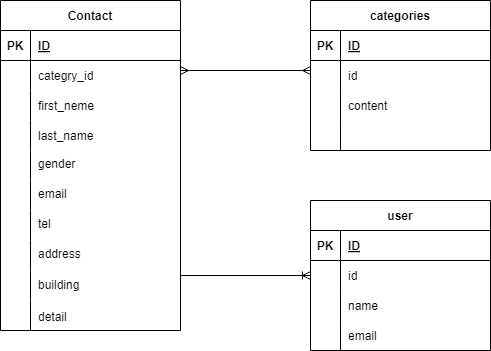
Earlier version of the draw.io export ER.drawio.png (yuusukejinba/jinba-kadai). Source tidied: cells renumbered, new cells last; positions are measured from the earlier drawing's top-left corner, leaving out a move shared by most shapes.
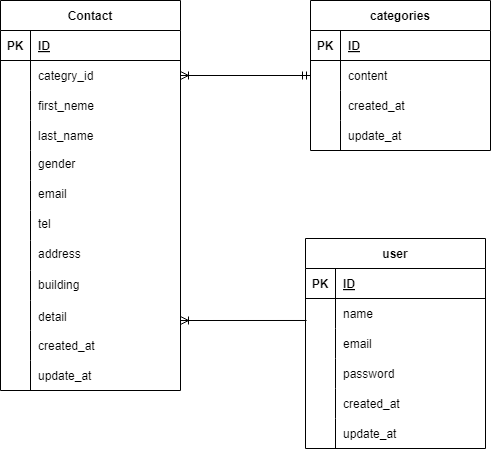
Above is the later version.

The edit, as a diff of the source:
```diff
@@ -3,7 +3,7 @@
     <mxCell id="0" />
     <mxCell id="1" parent="0" />
     <mxCell id="2" value="Contact" style="shape=table;startSize=30;rowLines=0;fontStyle=1;align=center;" parent="1" vertex="1">
-      <mxGeometry width="180" height="330" as="geometry" />
+      <mxGeometry width="180" height="390" as="geometry" />
     </mxCell>
     <mxCell id="3" style="shape=tableRow;horizontal=0;startSize=0;swimlaneHead=0;swimlaneBody=0;fillColor=none;top=0;left=0;right=0;bottom=1;" parent="2" vertex="1">
       <mxGeometry y="30" width="180" height="30" as="geometry" />
@@ -95,6 +95,24 @@
     <mxCell id="32" style="shape=partialRectangle;fillColor=none;top=0;left=0;bottom=0;right=0;align=left;spacingLeft=6;overflow=hidden;" parent="30" vertex="1">
       <mxGeometry x="30" width="150" height="30" as="geometry" />
     </mxCell>
+    <mxCell id="67" style="shape=tableRow;horizontal=0;startSize=0;swimlaneHead=0;swimlaneBody=0;fillColor=none;top=0;left=0;right=0;bottom=0;" parent="2" vertex="1">
+      <mxGeometry y="330" width="180" height="30" as="geometry" />
+    </mxCell>
+    <mxCell id="68" style="shape=partialRectangle;fillColor=none;top=0;left=0;bottom=0;right=0;overflow=hidden;" parent="67" vertex="1">
+      <mxGeometry width="30" height="30" as="geometry" />
+    </mxCell>
+    <mxCell id="69" value="created_at" style="shape=partialRectangle;fillColor=none;top=0;left=0;bottom=0;right=0;align=left;spacingLeft=6;overflow=hidden;" parent="67" vertex="1">
+      <mxGeometry x="30" width="150" height="30" as="geometry" />
+    </mxCell>
+    <mxCell id="70" style="shape=tableRow;horizontal=0;startSize=0;swimlaneHead=0;swimlaneBody=0;fillColor=none;top=0;left=0;right=0;bottom=0;" parent="2" vertex="1">
+      <mxGeometry y="360" width="180" height="30" as="geometry" />
+    </mxCell>
+    <mxCell id="71" style="shape=partialRectangle;fillColor=none;top=0;left=0;bottom=0;right=0;overflow=hidden;" parent="70" vertex="1">
+      <mxGeometry width="30" height="30" as="geometry" />
+    </mxCell>
+    <mxCell id="72" value="update_at" style="shape=partialRectangle;fillColor=none;top=0;left=0;bottom=0;right=0;align=left;spacingLeft=6;overflow=hidden;" parent="70" vertex="1">
+      <mxGeometry x="30" width="150" height="30" as="geometry" />
+    </mxCell>
     <mxCell id="33" value="categories" style="shape=table;startSize=30;rowLines=0;fontStyle=1;align=center;" parent="1" vertex="1">
       <mxGeometry x="310" width="180" height="150" as="geometry" />
     </mxCell>
@@ -107,17 +125,8 @@
     <mxCell id="36" value="ID" style="shape=partialRectangle;fillColor=none;top=0;left=0;bottom=0;right=0;align=left;spacingLeft=6;fontStyle=5;overflow=hidden;" parent="34" vertex="1">
       <mxGeometry x="30" width="150" height="30" as="geometry" />
     </mxCell>
-    <mxCell id="37" style="shape=tableRow;horizontal=0;startSize=0;swimlaneHead=0;swimlaneBody=0;fillColor=none;top=0;left=0;right=0;bottom=0;" parent="33" vertex="1">
-      <mxGeometry y="60" width="180" height="30" as="geometry" />
-    </mxCell>
-    <mxCell id="38" style="shape=partialRectangle;fillColor=none;top=0;left=0;bottom=0;right=0;overflow=hidden;" parent="37" vertex="1">
-      <mxGeometry width="30" height="30" as="geometry" />
-    </mxCell>
-    <mxCell id="39" value="id" style="shape=partialRectangle;fillColor=none;top=0;left=0;bottom=0;right=0;align=left;spacingLeft=6;overflow=hidden;" parent="37" vertex="1">
-      <mxGeometry x="30" width="150" height="30" as="geometry" />
-    </mxCell>
     <mxCell id="40" style="shape=tableRow;horizontal=0;startSize=0;swimlaneHead=0;swimlaneBody=0;fillColor=none;points=[[0,0.5],[1,0.5]];portConstraint=eastwest;top=0;left=0;right=0;bottom=0;" parent="33" vertex="1">
-      <mxGeometry y="90" width="180" height="30" as="geometry" />
+      <mxGeometry y="60" width="180" height="30" as="geometry" />
     </mxCell>
     <mxCell id="41" style="shape=partialRectangle;fillColor=none;top=0;left=0;bottom=0;right=0;overflow=hidden;" parent="40" vertex="1">
       <mxGeometry width="30" height="30" as="geometry" />
@@ -126,16 +135,25 @@
       <mxGeometry x="30" width="150" height="30" as="geometry" />
     </mxCell>
     <mxCell id="43" style="shape=tableRow;horizontal=0;startSize=0;swimlaneHead=0;swimlaneBody=0;fillColor=none;top=0;left=0;right=0;bottom=0;" parent="33" vertex="1">
-      <mxGeometry y="120" width="180" height="30" as="geometry" />
+      <mxGeometry y="90" width="180" height="30" as="geometry" />
     </mxCell>
     <mxCell id="44" style="shape=partialRectangle;fillColor=none;top=0;left=0;bottom=0;right=0;overflow=hidden;" parent="43" vertex="1">
       <mxGeometry width="30" height="30" as="geometry" />
     </mxCell>
-    <mxCell id="45" style="shape=partialRectangle;fillColor=none;top=0;left=0;bottom=0;right=0;align=left;spacingLeft=6;overflow=hidden;" parent="43" vertex="1">
+    <mxCell id="45" value="created_at" style="shape=partialRectangle;fillColor=none;top=0;left=0;bottom=0;right=0;align=left;spacingLeft=6;overflow=hidden;" parent="43" vertex="1">
       <mxGeometry x="30" width="150" height="30" as="geometry" />
     </mxCell>
+    <mxCell id="73" style="shape=tableRow;horizontal=0;startSize=0;swimlaneHead=0;swimlaneBody=0;fillColor=none;top=0;left=0;right=0;bottom=0;" parent="33" vertex="1">
+      <mxGeometry y="120" width="180" height="30" as="geometry" />
+    </mxCell>
+    <mxCell id="74" style="shape=partialRectangle;fillColor=none;top=0;left=0;bottom=0;right=0;overflow=hidden;" parent="73" vertex="1">
+      <mxGeometry width="30" height="30" as="geometry" />
+    </mxCell>
+    <mxCell id="75" value="update_at" style="shape=partialRectangle;fillColor=none;top=0;left=0;bottom=0;right=0;align=left;spacingLeft=6;overflow=hidden;" parent="73" vertex="1">
+      <mxGeometry x="30" width="150" height="30" as="geometry" />
+    </mxCell>
     <mxCell id="46" value="user" style="shape=table;startSize=30;rowLines=0;fontStyle=1;align=center;" parent="1" vertex="1">
-      <mxGeometry x="310" y="200" width="180" height="150" as="geometry" />
+      <mxGeometry x="305" y="238" width="180" height="210" as="geometry" />
     </mxCell>
     <mxCell id="47" style="shape=tableRow;horizontal=0;startSize=0;swimlaneHead=0;swimlaneBody=0;fillColor=none;top=0;left=0;right=0;bottom=1;" parent="46" vertex="1">
       <mxGeometry y="30" width="180" height="30" as="geometry" />
@@ -146,17 +164,8 @@
     <mxCell id="49" value="ID" style="shape=partialRectangle;fillColor=none;top=0;left=0;bottom=0;right=0;align=left;spacingLeft=6;fontStyle=5;overflow=hidden;" parent="47" vertex="1">
       <mxGeometry x="30" width="150" height="30" as="geometry" />
     </mxCell>
-    <mxCell id="50" style="shape=tableRow;horizontal=0;startSize=0;swimlaneHead=0;swimlaneBody=0;fillColor=none;top=0;left=0;right=0;bottom=0;" parent="46" vertex="1">
-      <mxGeometry y="60" width="180" height="30" as="geometry" />
-    </mxCell>
-    <mxCell id="51" style="shape=partialRectangle;fillColor=none;top=0;left=0;bottom=0;right=0;overflow=hidden;" parent="50" vertex="1">
-      <mxGeometry width="30" height="30" as="geometry" />
-    </mxCell>
-    <mxCell id="52" value="id" style="shape=partialRectangle;fillColor=none;top=0;left=0;bottom=0;right=0;align=left;spacingLeft=6;overflow=hidden;" parent="50" vertex="1">
-      <mxGeometry x="30" width="150" height="30" as="geometry" />
-    </mxCell>
     <mxCell id="53" style="shape=tableRow;horizontal=0;startSize=0;swimlaneHead=0;swimlaneBody=0;fillColor=none;points=[[0,0.5],[1,0.5]];portConstraint=eastwest;top=0;left=0;right=0;bottom=0;" parent="46" vertex="1">
-      <mxGeometry y="90" width="180" height="30" as="geometry" />
+      <mxGeometry y="60" width="180" height="30" as="geometry" />
     </mxCell>
     <mxCell id="54" style="shape=partialRectangle;fillColor=none;top=0;left=0;bottom=0;right=0;overflow=hidden;" parent="53" vertex="1">
       <mxGeometry width="30" height="30" as="geometry" />
@@ -165,7 +174,7 @@
       <mxGeometry x="30" width="150" height="30" as="geometry" />
     </mxCell>
     <mxCell id="56" style="shape=tableRow;horizontal=0;startSize=0;swimlaneHead=0;swimlaneBody=0;fillColor=none;top=0;left=0;right=0;bottom=0;" parent="46" vertex="1">
-      <mxGeometry y="120" width="180" height="30" as="geometry" />
+      <mxGeometry y="90" width="180" height="30" as="geometry" />
     </mxCell>
     <mxCell id="57" style="shape=partialRectangle;fillColor=none;top=0;left=0;bottom=0;right=0;overflow=hidden;" parent="56" vertex="1">
       <mxGeometry width="30" height="30" as="geometry" />
@@ -173,17 +182,38 @@
     <mxCell id="58" value="email" style="shape=partialRectangle;fillColor=none;top=0;left=0;bottom=0;right=0;align=left;spacingLeft=6;overflow=hidden;" parent="56" vertex="1">
       <mxGeometry x="30" width="150" height="30" as="geometry" />
     </mxCell>
+    <mxCell id="76" style="shape=tableRow;horizontal=0;startSize=0;swimlaneHead=0;swimlaneBody=0;fillColor=none;top=0;left=0;right=0;bottom=0;" parent="46" vertex="1">
+      <mxGeometry y="120" width="180" height="30" as="geometry" />
+    </mxCell>
+    <mxCell id="77" style="shape=partialRectangle;fillColor=none;top=0;left=0;bottom=0;right=0;overflow=hidden;" parent="76" vertex="1">
+      <mxGeometry width="30" height="30" as="geometry" />
+    </mxCell>
+    <mxCell id="78" value="password" style="shape=partialRectangle;fillColor=none;top=0;left=0;bottom=0;right=0;align=left;spacingLeft=6;overflow=hidden;" parent="76" vertex="1">
+      <mxGeometry x="30" width="150" height="30" as="geometry" />
+    </mxCell>
+    <mxCell id="79" style="shape=tableRow;horizontal=0;startSize=0;swimlaneHead=0;swimlaneBody=0;fillColor=none;top=0;left=0;right=0;bottom=0;" parent="46" vertex="1">
+      <mxGeometry y="150" width="180" height="30" as="geometry" />
+    </mxCell>
+    <mxCell id="80" style="shape=partialRectangle;fillColor=none;top=0;left=0;bottom=0;right=0;overflow=hidden;" parent="79" vertex="1">
+      <mxGeometry width="30" height="30" as="geometry" />
+    </mxCell>
+    <mxCell id="81" value="created_at" style="shape=partialRectangle;fillColor=none;top=0;left=0;bottom=0;right=0;align=left;spacingLeft=6;overflow=hidden;" parent="79" vertex="1">
+      <mxGeometry x="30" width="150" height="30" as="geometry" />
+    </mxCell>
+    <mxCell id="82" style="shape=tableRow;horizontal=0;startSize=0;swimlaneHead=0;swimlaneBody=0;fillColor=none;top=0;left=0;right=0;bottom=0;" parent="46" vertex="1">
+      <mxGeometry y="180" width="180" height="30" as="geometry" />
+    </mxCell>
+    <mxCell id="83" style="shape=partialRectangle;fillColor=none;top=0;left=0;bottom=0;right=0;overflow=hidden;" parent="82" vertex="1">
+      <mxGeometry width="30" height="30" as="geometry" />
+    </mxCell>
+    <mxCell id="84" value="update_at" style="shape=partialRectangle;fillColor=none;top=0;left=0;bottom=0;right=0;align=left;spacingLeft=6;overflow=hidden;" parent="82" vertex="1">
+      <mxGeometry x="30" width="150" height="30" as="geometry" />
+    </mxCell>
-    <mxCell id="59" style="fontSize=12;html=1;endArrow=ERoneToMany;" parent="1" edge="1" target="46">
+    <mxCell id="59" style="fontSize=12;html=1;endArrow=ERoneToMany;exitX=0.006;exitY=0.733;exitDx=0;exitDy=0;exitPerimeter=0;" parent="1" edge="1" source="53">
       <mxGeometry relative="1" as="geometry">
-        <mxPoint x="180" y="275" as="sourcePoint" />
+        <mxPoint x="180" y="320" as="targetPoint" />
       </mxGeometry>
     </mxCell>
-    <mxCell id="60" style="fontSize=12;html=1;endArrow=ERmany;startArrow=ERmany;" parent="1" edge="1">
-      <mxGeometry relative="1" as="geometry">
-        <mxPoint x="180" y="70" as="sourcePoint" />
-        <mxPoint x="310" y="70" as="targetPoint" />
-      </mxGeometry>
-    </mxCell>
     <mxCell id="61" value="gender" style="shape=partialRectangle;fillColor=none;top=0;left=0;bottom=0;right=0;align=left;spacingLeft=6;overflow=hidden;" parent="1" vertex="1">
       <mxGeometry x="30" y="148" width="150" height="30" as="geometry" />
     </mxCell>
@@ -202,5 +232,8 @@
     <mxCell id="66" value="detail" style="shape=partialRectangle;fillColor=none;top=0;left=0;bottom=0;right=0;align=left;spacingLeft=6;overflow=hidden;" parent="1" vertex="1">
       <mxGeometry x="30" y="300" width="150" height="32" as="geometry" />
     </mxCell>
+    <mxCell id="85" style="fontSize=12;html=1;endArrow=ERoneToMany;startArrow=ERmandOne;exitX=0;exitY=0.5;exitDx=0;exitDy=0;entryX=1;entryY=0.5;entryDx=0;entryDy=0;" parent="1" edge="1" source="40" target="6">
+      <mxGeometry relative="1" as="geometry" />
+    </mxCell>
   </root>
 </mxGraphModel>
```
